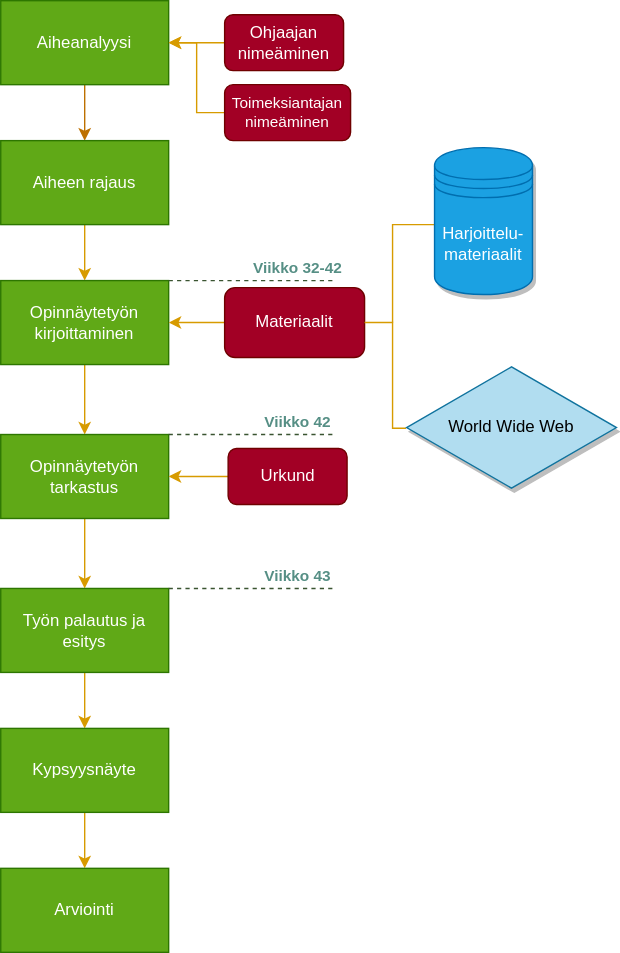
Before: oppari_process.svg, a diagram exported from draw.io (hirsmaki/oppari). Source tidied: cells renumbered, new cells last; positions are measured from the earlier drawing's top-left corner, leaving out a move shared by most shapes.
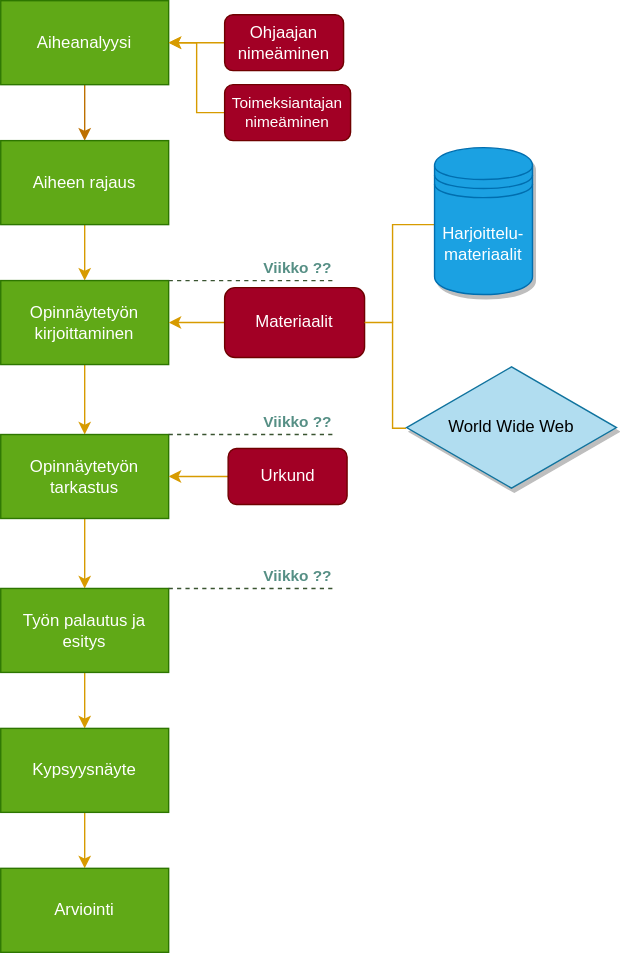
After the commit.

Diff of the diagram source:
```diff
@@ -101,7 +101,7 @@
         <mxPoint x="240" y="200" as="targetPoint" />
       </mxGeometry>
     </mxCell>
-    <mxCell id="28" value="Viikko 32-42" style="edgeLabel;html=1;align=center;verticalAlign=middle;fontColor=#568F85;fontStyle=1;labelBackgroundColor=none;" parent="27" vertex="1">
+    <mxCell id="28" value="Viikko ??" style="edgeLabel;html=1;align=center;verticalAlign=middle;fontColor=#568F85;fontStyle=1;labelBackgroundColor=none;" parent="27" vertex="1">
       <mxGeometry x="0.8" y="2" relative="1" as="geometry">
         <mxPoint x="-17" y="-8" as="offset" />
       </mxGeometry>
@@ -112,7 +112,7 @@
         <mxPoint x="240" y="310" as="targetPoint" />
       </mxGeometry>
     </mxCell>
-    <mxCell id="30" value="Viikko 42" style="edgeLabel;html=1;align=center;verticalAlign=middle;fontColor=#568F85;fontStyle=1;labelBackgroundColor=none;" parent="29" vertex="1">
+    <mxCell id="30" value="Viikko ??" style="edgeLabel;html=1;align=center;verticalAlign=middle;fontColor=#568F85;fontStyle=1;labelBackgroundColor=none;" parent="29" vertex="1">
       <mxGeometry x="0.8" y="2" relative="1" as="geometry">
         <mxPoint x="-17" y="-8" as="offset" />
       </mxGeometry>
@@ -123,7 +123,7 @@
         <mxPoint x="240" y="420" as="targetPoint" />
       </mxGeometry>
     </mxCell>
-    <mxCell id="32" value="Viikko 43" style="edgeLabel;html=1;align=center;verticalAlign=middle;fontColor=#568F85;fontStyle=1;labelBackgroundColor=none;" parent="31" vertex="1">
+    <mxCell id="32" value="Viikko ??" style="edgeLabel;html=1;align=center;verticalAlign=middle;fontColor=#568F85;fontStyle=1;labelBackgroundColor=none;" parent="31" vertex="1">
       <mxGeometry x="0.8" y="2" relative="1" as="geometry">
         <mxPoint x="-17" y="-8" as="offset" />
       </mxGeometry>
```
